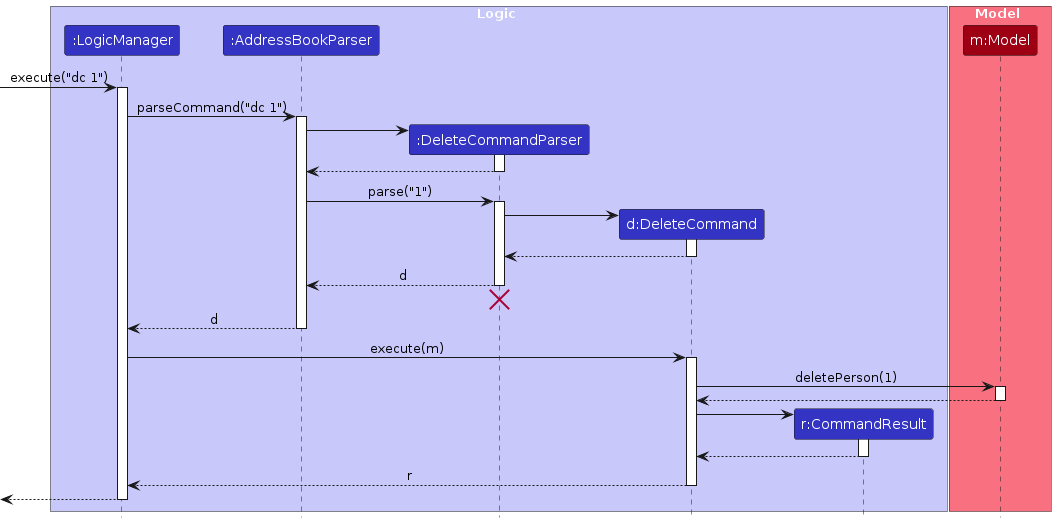
Earlier version of the PlantUML export diagrams/DeleteSequenceDiagram.png (teojunda/tp). Its source is kept beside it as diagrams/DeleteSequenceDiagram.puml.
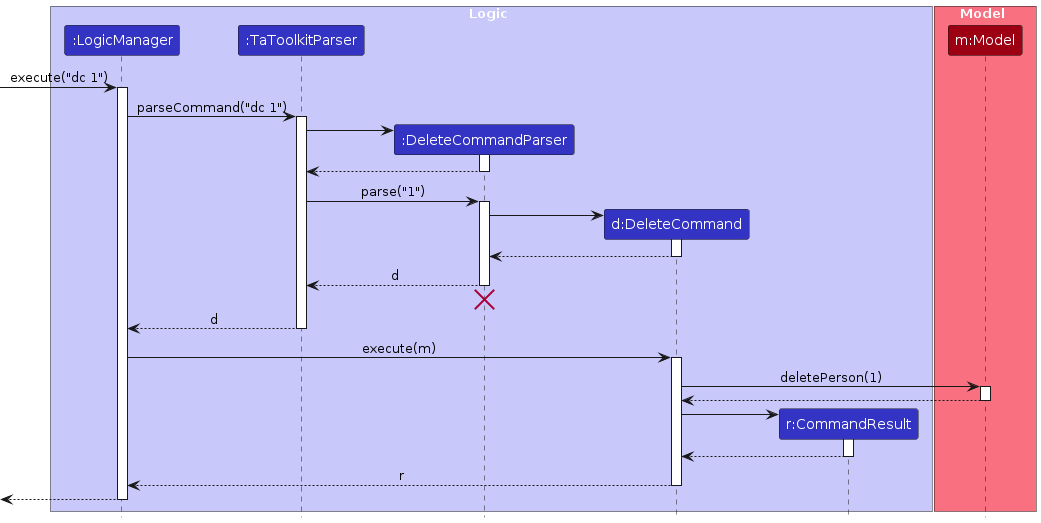
Later version of the same file.

What changed in the source:
```diff
@@ -4,7 +4,7 @@
 
 box Logic LOGIC_COLOR_T1
 participant ":LogicManager" as LogicManager LOGIC_COLOR
-participant ":AddressBookParser" as TaToolkitParser LOGIC_COLOR
+participant ":TaToolkitParser" as TaToolkitParser LOGIC_COLOR
 participant ":DeleteCommandParser" as DeleteCommandParser LOGIC_COLOR
 participant "d:DeleteCommand" as DeleteCommand LOGIC_COLOR
 participant "r:CommandResult" as CommandResult LOGIC_COLOR
```
